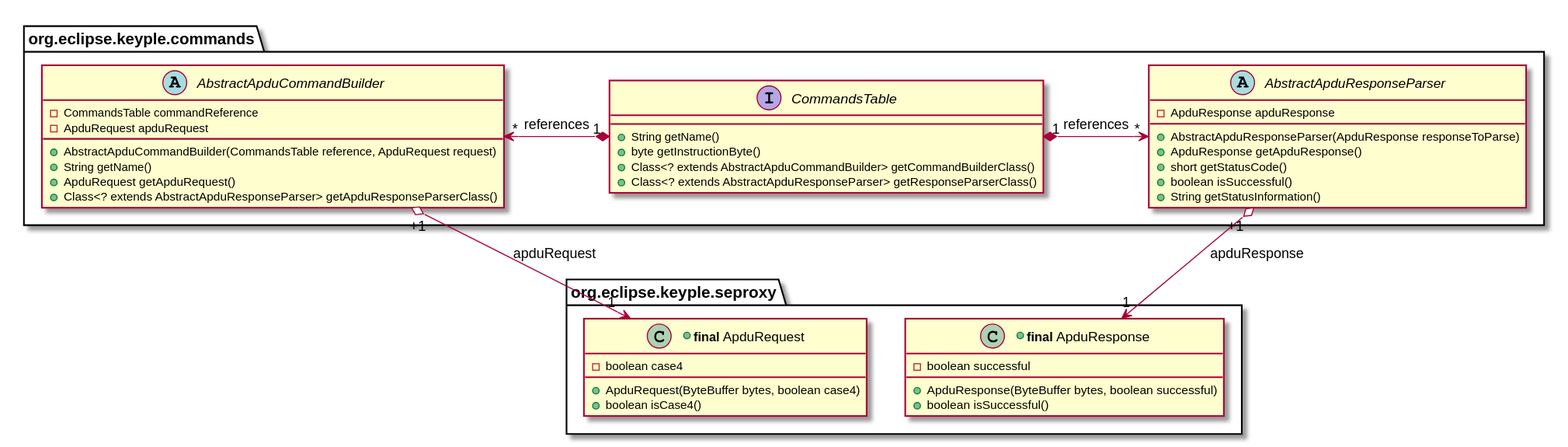
This is keyple-core-spec/img/uml-classDiagram-commands-GenericTable.svg from yvonneyam/keyple-doc-yy, a PlantUML export, as it was before one commit.
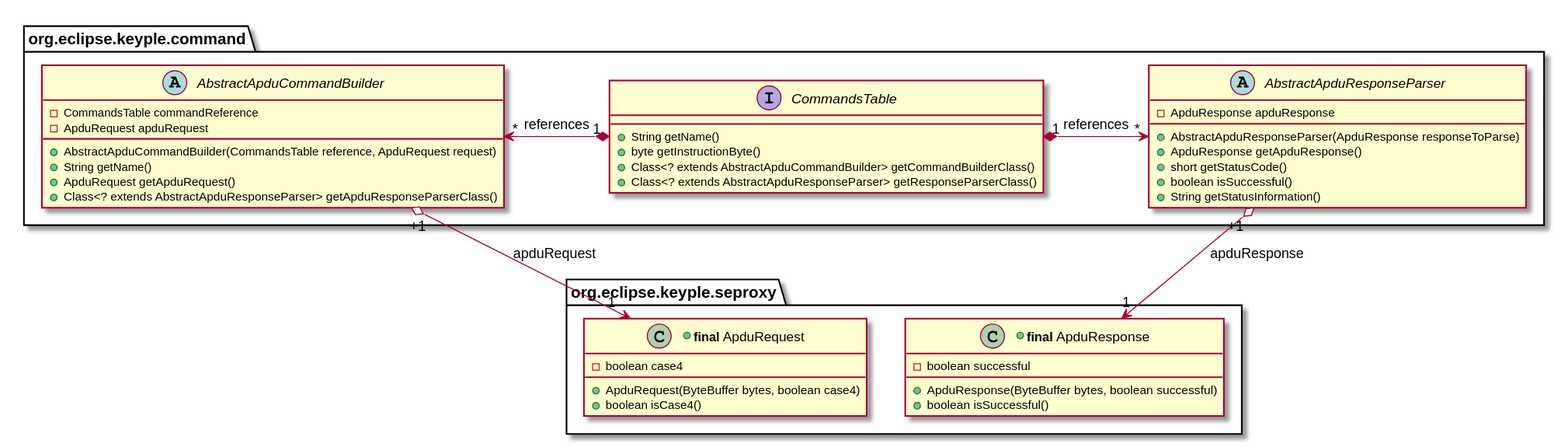
Above is the later version.

Diff of the diagram source:
```diff
@@ -1,4 +1,5 @@
 @startuml
+
 package org.eclipse.keyple.seproxy #FFFFFF {
 +class "<b>final</b> ApduRequest" as ApduRequest {
   -boolean case4
@@ -14,7 +15,7 @@
 
 ApduRequest -right[hidden]- ApduResponse
 }
-package org.eclipse.keyple.commands #FFFFFF {
+package org.eclipse.keyple.command #FFFFFF {
 
 abstract AbstractApduCommandBuilder {
   -CommandsTable commandReference
```
